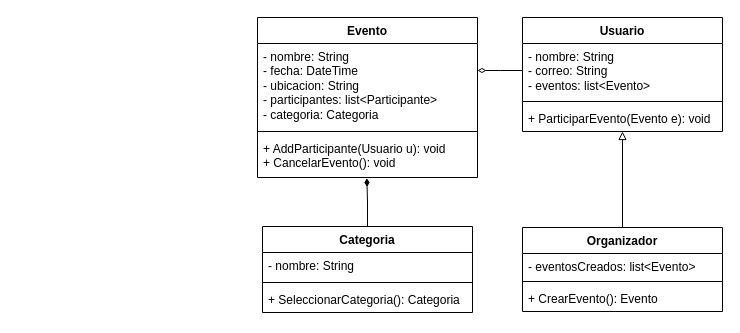
This is doc/code/indra_programacion.drawio from daniel-lleo/Indra-FP-1, a draw.io file, before an edit. Source tidied: cells renumbered, new cells numbered last; positions are measured from the earlier drawing's top-left corner, leaving out a move shared by most shapes. Both pictures are drawn from the tidied source at 100%, with x=0, y=0 at pixel (257, 17).
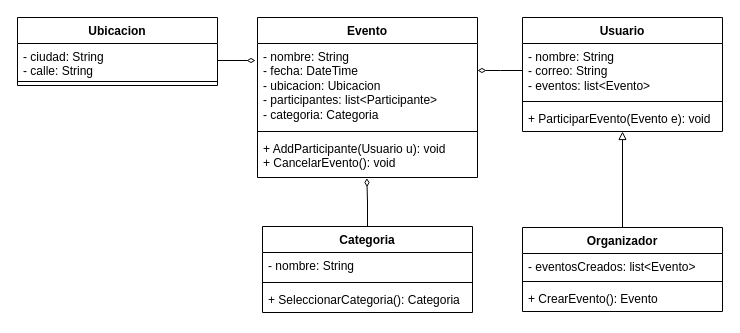
Above is the later version.

Commit message (it also covers changes not shown here):
Añadida una clase en el diagrama de clases. Cambiada relación entre categoría y evento.

The change refers to these unchanged cells:
```xml
<mxCell id="2" value="Evento" style="swimlane;fontStyle=1;align=center;verticalAlign=top;horizontal=1;startSize=26;whiteSpace=wrap;html=1;" parent="1" vertex="1">
  <mxGeometry width="220" height="160" as="geometry" />
</mxCell>
<mxCell id="5" value="+ AddParticipante(Usuario u): void&lt;div&gt;+ CancelarEvento(): void&lt;/div&gt;" style="text;strokeColor=none;fillColor=none;align=left;verticalAlign=top;spacingLeft=4;spacingRight=4;overflow=hidden;points=[[0,0.5],[1,0.5]];portConstraint=eastwest;whiteSpace=wrap;html=1;" parent="2" vertex="1">
  <mxGeometry y="118" width="220" height="42" as="geometry" />
</mxCell>
<mxCell id="15" value="Categoria" style="swimlane;fontStyle=1;align=center;verticalAlign=top;horizontal=1;startSize=26;whiteSpace=wrap;html=1;" parent="1" vertex="1">
  <mxGeometry x="5" y="209" width="210" height="86" as="geometry" />
</mxCell>
```

What changed in the source:
```diff
@@
-    <mxCell id="3" value="- nombre: String&lt;div&gt;- fecha: DateTime&lt;/div&gt;&lt;div&gt;- ubicacion: String&lt;/div&gt;&lt;div&gt;- participantes: list&amp;lt;Participante&amp;gt;&lt;/div&gt;&lt;div&gt;- categoria: Categoria&lt;/div&gt;" style="text;strokeColor=none;fillColor=none;align=left;verticalAlign=top;spacingLeft=4;spacingRight=4;overflow=hidden;points=[[0,0.5],[1,0.5]];portConstraint=eastwest;whiteSpace=wrap;html=1;" parent="2" vertex="1">
+    <mxCell id="3" value="- nombre: String&lt;div&gt;- fecha: DateTime&lt;/div&gt;&lt;div&gt;- ubicacion: Ubicacion&lt;/div&gt;&lt;div&gt;- participantes: list&amp;lt;Participante&amp;gt;&lt;/div&gt;&lt;div&gt;- categoria: Categoria&lt;/div&gt;" style="text;strokeColor=none;fillColor=none;align=left;verticalAlign=top;spacingLeft=4;spacingRight=4;overflow=hidden;points=[[0,0.5],[1,0.5]];portConstraint=eastwest;whiteSpace=wrap;html=1;" parent="2" vertex="1">
       <mxGeometry y="26" width="220" height="84" as="geometry" />
     </mxCell>
@@
-    <mxCell id="20" style="edgeStyle=orthogonalEdgeStyle;rounded=0;jettySize=auto;html=1;exitX=0.5;exitY=0;exitDx=0;exitDy=0;entryX=0.497;entryY=1.014;entryDx=0;entryDy=0;entryPerimeter=0;endArrow=diamondThin;endFill=1;" parent="1" edge="1" source="15" target="5">
+    <mxCell id="20" style="edgeStyle=orthogonalEdgeStyle;rounded=0;jettySize=auto;html=1;exitX=0.5;exitY=0;exitDx=0;exitDy=0;entryX=0.497;entryY=1.014;entryDx=0;entryDy=0;entryPerimeter=0;endArrow=diamondThin;endFill=0;" parent="1" edge="1" source="15" target="5">
       <mxGeometry relative="1" as="geometry" />
     </mxCell>
+    <mxCell id="21" value="Ubicacion" style="swimlane;fontStyle=1;align=center;verticalAlign=top;horizontal=1;startSize=26;whiteSpace=wrap;html=1;" parent="1" vertex="1">
+      <mxGeometry x="-240" width="200" height="68" as="geometry" />
+    </mxCell>
+    <mxCell id="22" value="- ciudad: String&lt;div&gt;- calle: String&lt;/div&gt;" style="text;strokeColor=none;fillColor=none;align=left;verticalAlign=top;spacingLeft=4;spacingRight=4;overflow=hidden;points=[[0,0.5],[1,0.5]];portConstraint=eastwest;whiteSpace=wrap;html=1;" parent="21" vertex="1">
+      <mxGeometry y="26" width="200" height="34" as="geometry" />
+    </mxCell>
+    <mxCell id="23" style="line;strokeWidth=1;fillColor=none;align=left;verticalAlign=middle;spacingTop=-1;spacingLeft=3;spacingRight=3;labelPosition=right;strokeColor=inherit;" parent="21" vertex="1">
+      <mxGeometry y="60" width="200" height="8" as="geometry" />
+    </mxCell>
+    <mxCell id="24" style="edgeStyle=orthogonalEdgeStyle;rounded=0;jettySize=auto;html=1;exitX=1;exitY=0.5;exitDx=0;exitDy=0;entryX=-0.009;entryY=0.193;entryDx=0;entryDy=0;entryPerimeter=0;endArrow=diamondThin;endFill=0;" parent="1" edge="1" source="22" target="3">
+      <mxGeometry relative="1" as="geometry" />
+    </mxCell>
```
